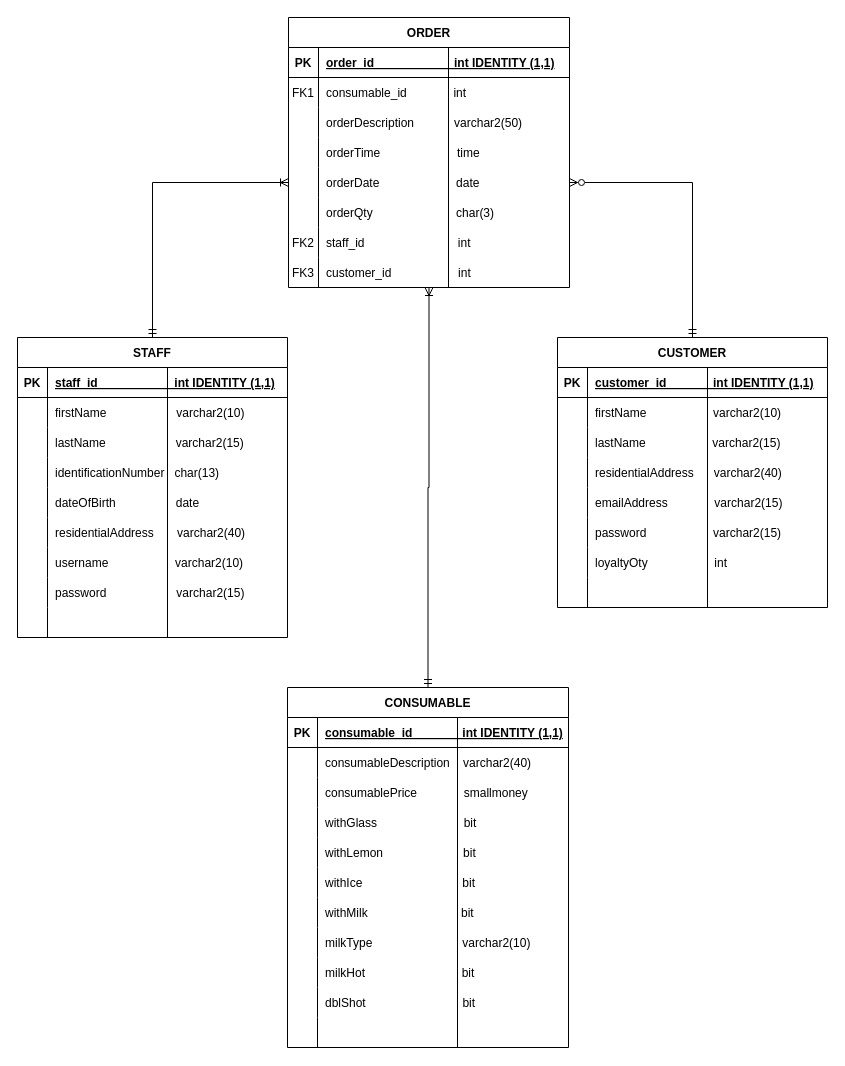
The draw.io diagram Physical_Data_Model.drawio in BeoVR6R/CMPG-223-Data-Model, before the edit. Source tidied: cells renumbered, new cells numbered last; positions are measured from the earlier drawing's top-left corner, leaving out a move shared by most shapes. Both pictures are drawn from the tidied source at 100%, with x=0, y=0 at pixel (17, 17).
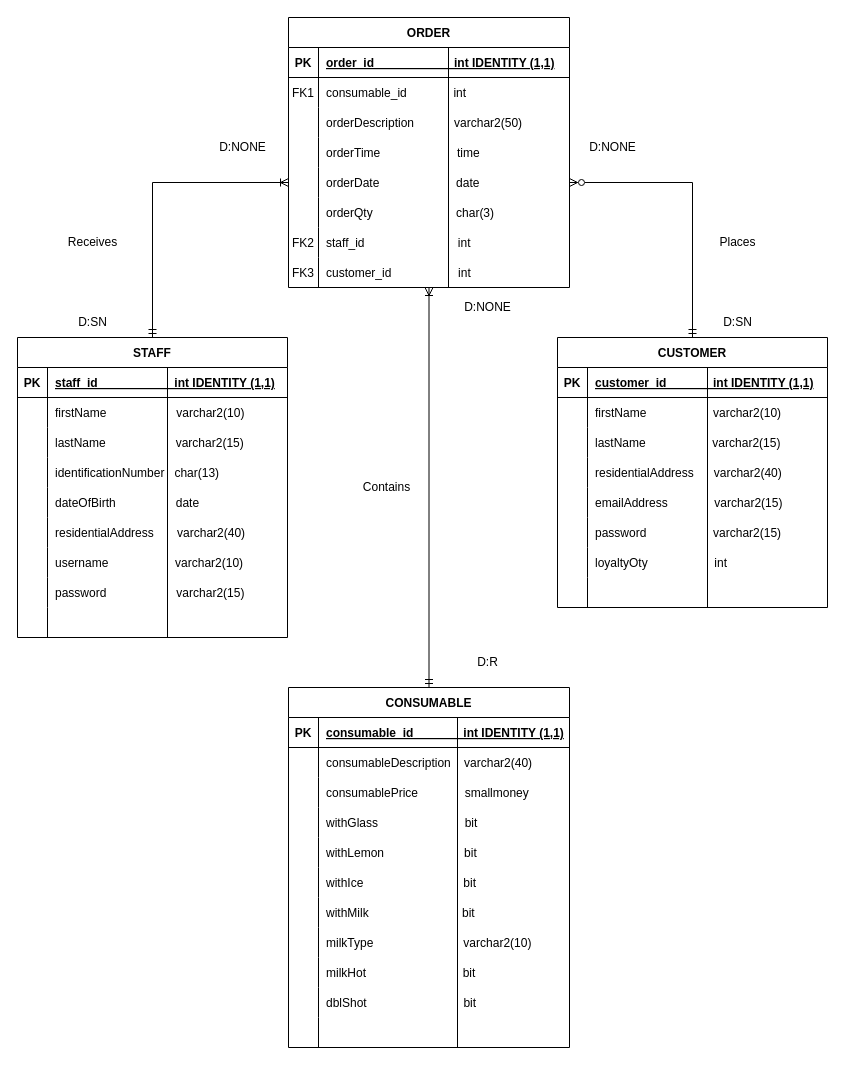
The same page after the edit.

What changed in the source:
```diff
@@
     <mxCell id="29" value="CONSUMABLE" style="shape=table;startSize=30;childLayout=tableLayout;rowLines=0;fontStyle=1;align=center;" parent="1" vertex="1">
-      <mxGeometry x="270" y="670" width="281" height="360" as="geometry" />
+      <mxGeometry x="271" y="670" width="281" height="360" as="geometry" />
     </mxCell>
@@
+    <mxCell id="121" value="Receives" style="text;html=1;align=center;verticalAlign=middle;strokeColor=none;fillColor=none;" parent="1" vertex="1">
+      <mxGeometry x="40" y="210" width="70" height="30" as="geometry" />
+    </mxCell>
+    <mxCell id="122" value="Places" style="text;html=1;align=center;verticalAlign=middle;strokeColor=none;fillColor=none;" parent="1" vertex="1">
+      <mxGeometry x="690" y="210" width="60" height="30" as="geometry" />
+    </mxCell>
+    <mxCell id="123" value="Contains" style="text;html=1;align=center;verticalAlign=middle;strokeColor=none;fillColor=none;" parent="1" vertex="1">
+      <mxGeometry x="334" y="455" width="70" height="30" as="geometry" />
+    </mxCell>
+    <mxCell id="124" value="D:SN" style="text;html=1;align=center;verticalAlign=middle;strokeColor=none;fillColor=none;" parent="1" vertex="1">
+      <mxGeometry x="695" y="290" width="50" height="30" as="geometry" />
+    </mxCell>
+    <mxCell id="125" value="D:SN" style="text;html=1;align=center;verticalAlign=middle;strokeColor=none;fillColor=none;" parent="1" vertex="1">
+      <mxGeometry x="50" y="290" width="50" height="30" as="geometry" />
+    </mxCell>
+    <mxCell id="126" value="D:NONE" style="text;html=1;align=center;verticalAlign=middle;strokeColor=none;fillColor=none;" parent="1" vertex="1">
+      <mxGeometry x="190" y="115" width="70" height="30" as="geometry" />
+    </mxCell>
+    <mxCell id="127" value="D:NONE" style="text;html=1;align=center;verticalAlign=middle;strokeColor=none;fillColor=none;" parent="1" vertex="1">
+      <mxGeometry x="560" y="115" width="70" height="30" as="geometry" />
+    </mxCell>
+    <mxCell id="128" value="D:R" style="text;html=1;align=center;verticalAlign=middle;strokeColor=none;fillColor=none;" parent="1" vertex="1">
+      <mxGeometry x="450" y="630" width="40" height="30" as="geometry" />
+    </mxCell>
+    <mxCell id="129" value="D:NONE" style="text;html=1;align=center;verticalAlign=middle;strokeColor=none;fillColor=none;" parent="1" vertex="1">
+      <mxGeometry x="435" y="275" width="70" height="30" as="geometry" />
+    </mxCell>
```
